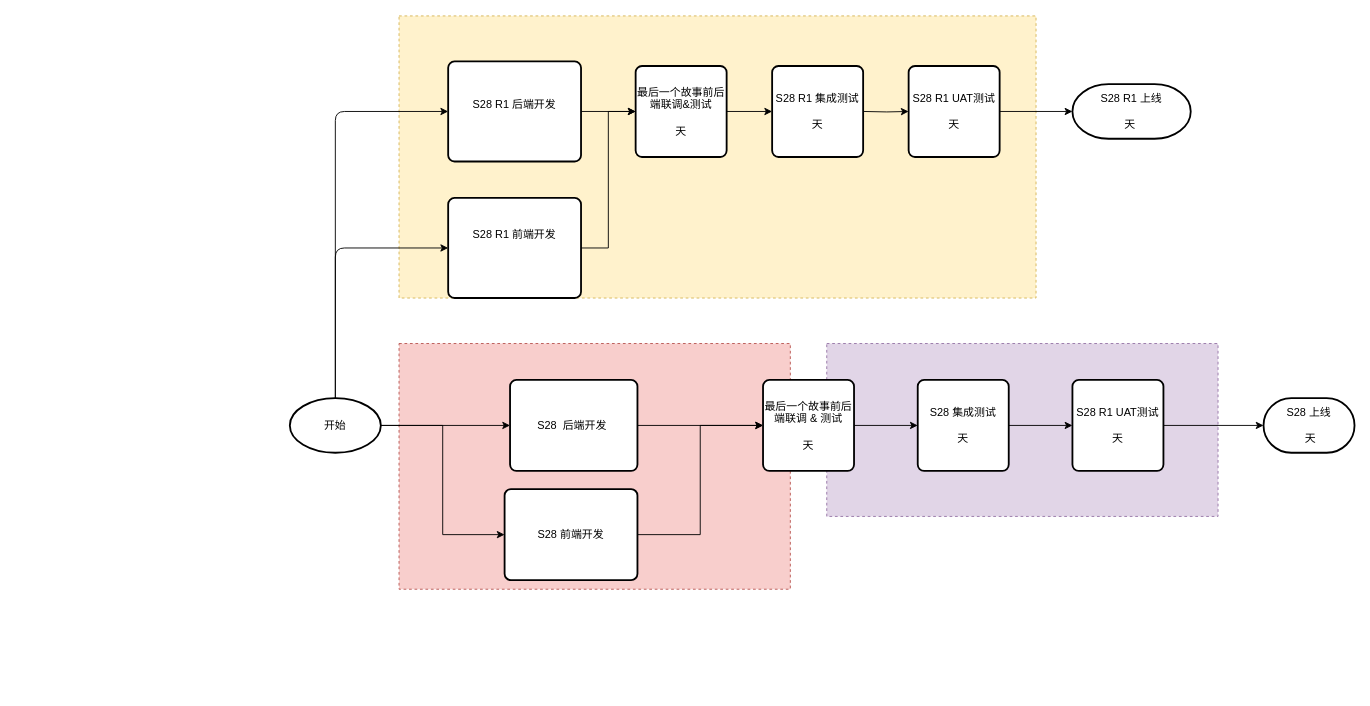
The draw.io diagram page "Sprint28" (3 of 3) of C4I-Sprint-Path.drawio in xiaofeng1986/drawIO, before the edit. Source tidied: cells renumbered, new cells numbered last; positions are measured from the earlier drawing's top-left corner, leaving out a move shared by most shapes. Both pictures are drawn from the tidied source at 91%, with x=0, y=0 at pixel (16, 15).
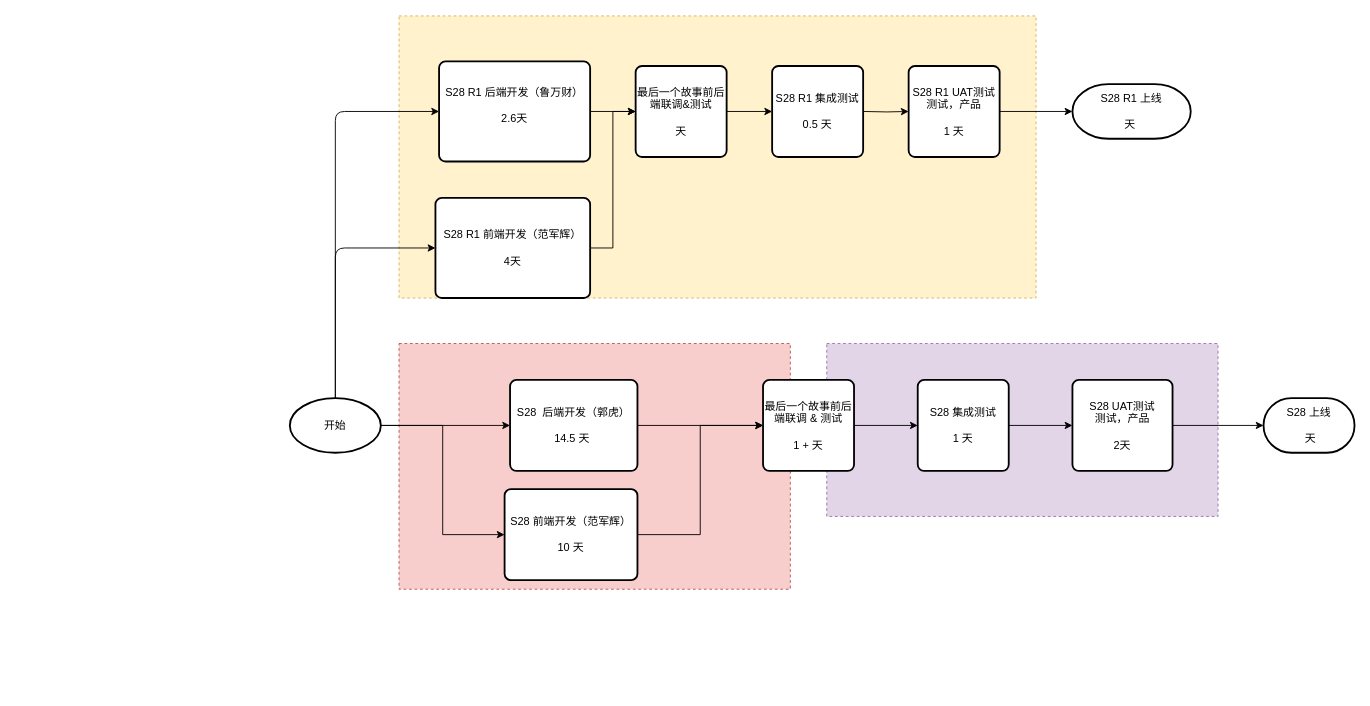
After the change.

What changed in the source:
```diff
@@
-    <mxCell id="7" value="S28&amp;nbsp; 后端开发&amp;nbsp;&lt;br&gt;" style="rounded=1;whiteSpace=wrap;html=1;absoluteArcSize=1;arcSize=14;strokeWidth=2;" parent="1" vertex="1">
+    <mxCell id="7" value="S28&amp;nbsp; 后端开发（郭虎）&lt;br&gt;&lt;br&gt;14.5 天&amp;nbsp;" style="rounded=1;whiteSpace=wrap;html=1;absoluteArcSize=1;arcSize=14;strokeWidth=2;" parent="1" vertex="1">
       <mxGeometry x="542" y="400" width="140" height="100" as="geometry" />
     </mxCell>
@@
-    <mxCell id="9" value="最后一个故事前后端联调 &amp;amp; 测试&lt;br&gt;&lt;br&gt;天" style="rounded=1;whiteSpace=wrap;html=1;absoluteArcSize=1;arcSize=14;strokeWidth=2;" parent="1" vertex="1">
+    <mxCell id="9" value="最后一个故事前后端联调 &amp;amp; 测试&lt;br&gt;&lt;br&gt;1 + 天" style="rounded=1;whiteSpace=wrap;html=1;absoluteArcSize=1;arcSize=14;strokeWidth=2;" parent="1" vertex="1">
       <mxGeometry x="820" y="400" width="100" height="100" as="geometry" />
     </mxCell>
@@
-    <mxCell id="12" value="S28 前端开发" style="rounded=1;whiteSpace=wrap;html=1;absoluteArcSize=1;arcSize=14;strokeWidth=2;" parent="1" vertex="1">
+    <mxCell id="12" value="S28 前端开发（范军辉）&lt;br&gt;&lt;br&gt;10 天" style="rounded=1;whiteSpace=wrap;html=1;absoluteArcSize=1;arcSize=14;strokeWidth=2;" parent="1" vertex="1">
       <mxGeometry x="536" y="520" width="146" height="100" as="geometry" />
     </mxCell>
@@
-    <mxCell id="19" value="&lt;span style=&quot;text-align: left ; background-color: rgb(255 , 255 , 255)&quot;&gt;S28 R1 后端开发&lt;/span&gt;&lt;span style=&quot;text-align: left ; background-color: rgb(255 , 255 , 255)&quot;&gt;&lt;br&gt;&lt;/span&gt;&lt;span style=&quot;text-align: left ; background-color: rgb(255 , 255 , 255)&quot;&gt;&lt;br&gt;&lt;/span&gt;" style="rounded=1;whiteSpace=wrap;html=1;absoluteArcSize=1;arcSize=14;strokeWidth=2;" parent="1" vertex="1">
-      <mxGeometry x="474" y="50" width="146" height="110" as="geometry" />
+    <mxCell id="19" value="&lt;span style=&quot;text-align: left ; background-color: rgb(255 , 255 , 255)&quot;&gt;S28 R1 后端开发（鲁万财）&lt;br&gt;&lt;/span&gt;&lt;span style=&quot;text-align: left ; background-color: rgb(255 , 255 , 255)&quot;&gt;&lt;br&gt;2.6天&lt;br&gt;&lt;/span&gt;&lt;span style=&quot;text-align: left ; background-color: rgb(255 , 255 , 255)&quot;&gt;&lt;br&gt;&lt;/span&gt;" style="rounded=1;whiteSpace=wrap;html=1;absoluteArcSize=1;arcSize=14;strokeWidth=2;" parent="1" vertex="1">
+      <mxGeometry x="464" y="50" width="166" height="110" as="geometry" />
     </mxCell>
@@
-    <mxCell id="25" value="&lt;span style=&quot;text-align: left ; background-color: rgb(255 , 255 , 255)&quot;&gt;S28 R1 前端开发&lt;/span&gt;&lt;span style=&quot;text-align: left ; background-color: rgb(255 , 255 , 255)&quot;&gt;&lt;br&gt;&lt;/span&gt;&lt;span style=&quot;font-family: &amp;#34;arial&amp;#34; ; font-size: 13px ; text-align: left ; background-color: rgb(255 , 255 , 255)&quot;&gt;&lt;br&gt;&lt;/span&gt;&lt;span style=&quot;text-align: left ; background-color: rgb(255 , 255 , 255)&quot;&gt;&lt;br&gt;&lt;/span&gt;" style="rounded=1;whiteSpace=wrap;html=1;absoluteArcSize=1;arcSize=14;strokeWidth=2;" parent="1" vertex="1">
-      <mxGeometry x="474" y="200" width="146" height="110" as="geometry" />
+    <mxCell id="25" value="&lt;span style=&quot;text-align: left ; background-color: rgb(255 , 255 , 255)&quot;&gt;S28 R1 前端开发（范军辉）&lt;br&gt;&lt;/span&gt;&lt;span style=&quot;text-align: left ; background-color: rgb(255 , 255 , 255)&quot;&gt;&lt;br&gt;4天&lt;/span&gt;&lt;span style=&quot;text-align: left ; background-color: rgb(255 , 255 , 255)&quot;&gt;&lt;br&gt;&lt;/span&gt;" style="rounded=1;whiteSpace=wrap;html=1;absoluteArcSize=1;arcSize=14;strokeWidth=2;" parent="1" vertex="1">
+      <mxGeometry x="460" y="200" width="170" height="110" as="geometry" />
     </mxCell>
@@
-    <mxCell id="29" value="S28 R1 集成测试&lt;br&gt;&lt;br&gt;天" style="rounded=1;whiteSpace=wrap;html=1;absoluteArcSize=1;arcSize=14;strokeWidth=2;" parent="1" vertex="1">
+    <mxCell id="29" value="S28 R1 集成测试&lt;br&gt;&lt;br&gt;0.5 天" style="rounded=1;whiteSpace=wrap;html=1;absoluteArcSize=1;arcSize=14;strokeWidth=2;" parent="1" vertex="1">
       <mxGeometry x="830" y="55" width="100" height="100" as="geometry" />
     </mxCell>
@@
-    <mxCell id="31" value="S28 集成测试&lt;br&gt;&lt;br&gt;天" style="rounded=1;whiteSpace=wrap;html=1;absoluteArcSize=1;arcSize=14;strokeWidth=2;" parent="1" vertex="1">
+    <mxCell id="31" value="S28 集成测试&lt;br&gt;&lt;br&gt;1 天" style="rounded=1;whiteSpace=wrap;html=1;absoluteArcSize=1;arcSize=14;strokeWidth=2;" parent="1" vertex="1">
       <mxGeometry x="990" y="400" width="100" height="100" as="geometry" />
     </mxCell>
-    <mxCell id="32" value="S28 R1 UAT测试&lt;br&gt;&lt;br&gt;天" style="rounded=1;whiteSpace=wrap;html=1;absoluteArcSize=1;arcSize=14;strokeWidth=2;" parent="1" vertex="1">
+    <mxCell id="32" value="S28 R1 UAT测试&lt;br&gt;测试，产品&lt;br&gt;&lt;br&gt;1 天" style="rounded=1;whiteSpace=wrap;html=1;absoluteArcSize=1;arcSize=14;strokeWidth=2;" parent="1" vertex="1">
       <mxGeometry x="980" y="55" width="100" height="100" as="geometry" />
     </mxCell>
-    <mxCell id="33" value="S28 R1 UAT测试&lt;br&gt;&lt;br&gt;天" style="rounded=1;whiteSpace=wrap;html=1;absoluteArcSize=1;arcSize=14;strokeWidth=2;" parent="1" vertex="1">
-      <mxGeometry x="1160" y="400" width="100" height="100" as="geometry" />
+    <mxCell id="33" value="S28 UAT测试&lt;br&gt;测试，产品&lt;br&gt;&lt;br&gt;2天" style="rounded=1;whiteSpace=wrap;html=1;absoluteArcSize=1;arcSize=14;strokeWidth=2;" parent="1" vertex="1">
+      <mxGeometry x="1160" y="400" width="110" height="100" as="geometry" />
     </mxCell>
```
